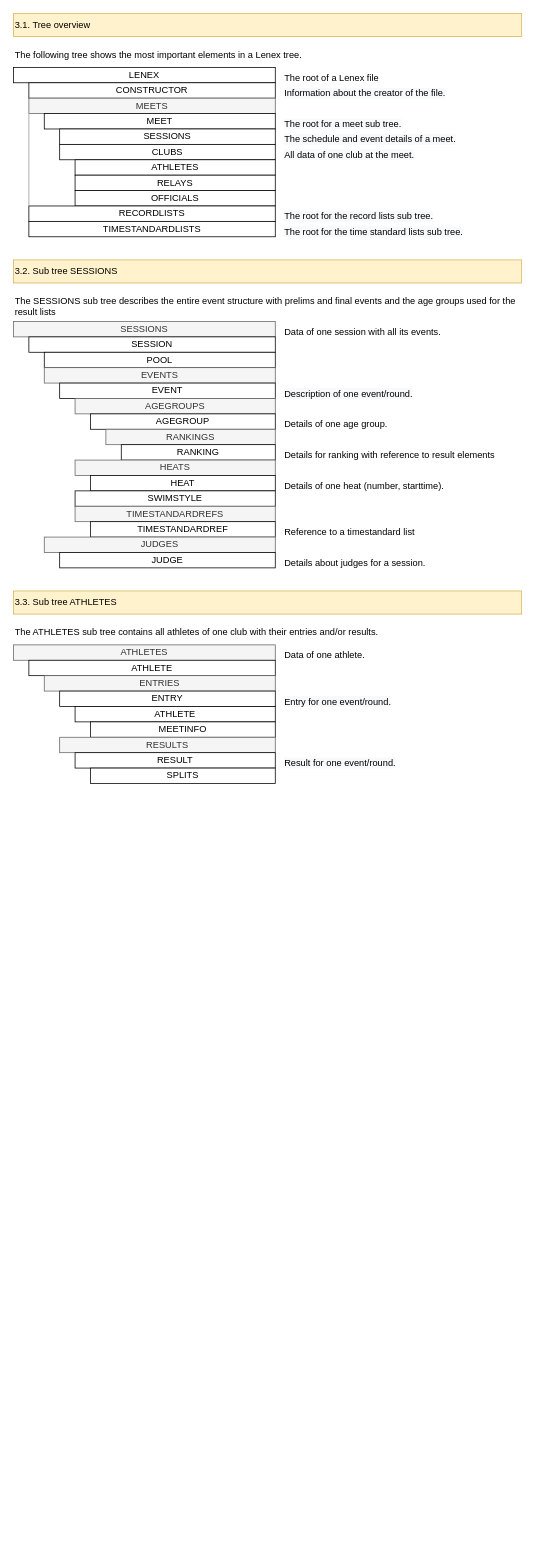
Earlier version of the draw.io diagram page "Lenex Tree" (3 of 4) of Formats/Lenex/lenex.drawio (Buterbrod/Swimming-open). Source tidied: cells renumbered, new cells numbered last; positions are measured from the earlier drawing's top-left corner, leaving out a move shared by most shapes. Both pictures are drawn from the tidied source at 77%, with x=0, y=0 at pixel (13, 13).
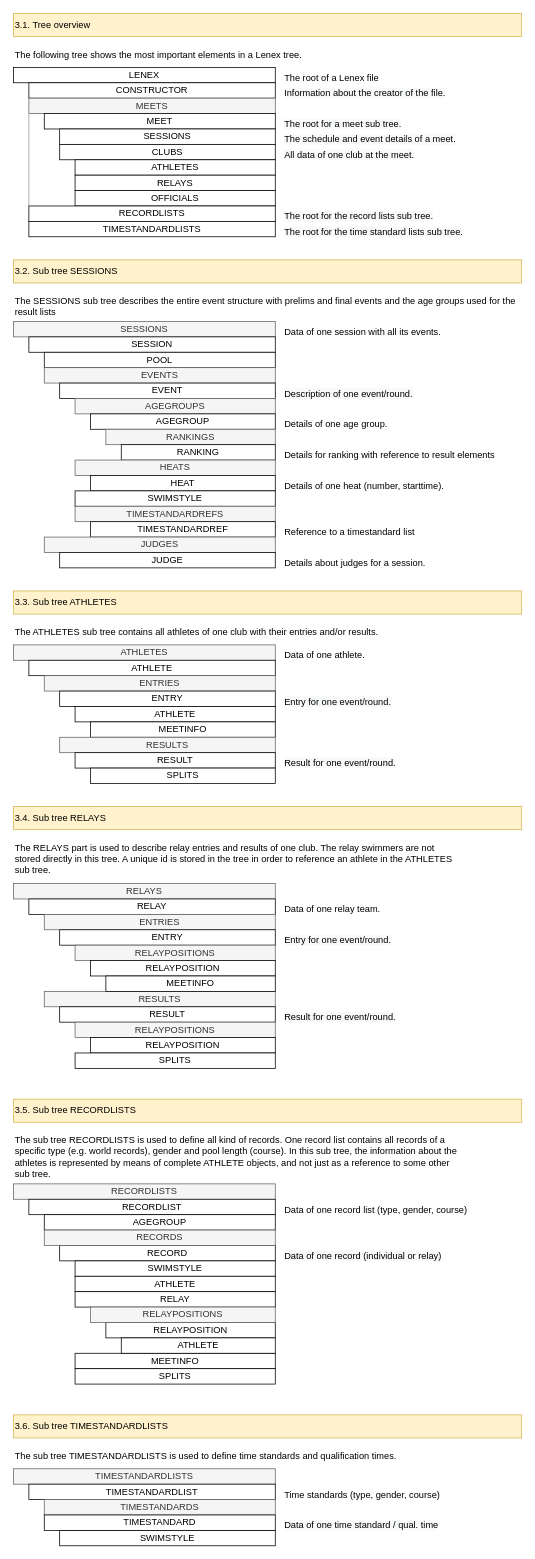
The same diagram, later.

The edit, as a diff of the source:
```diff
@@
+    <mxCell id="62" value="RELAYS" style="rounded=0;whiteSpace=wrap;html=1;fillColor=#f5f5f5;fontColor=#333333;strokeColor=#666666;" parent="1" vertex="1">
+      <mxGeometry y="1130" width="340" height="20" as="geometry" />
+    </mxCell>
+    <mxCell id="63" value="Data of one relay team." style="text;whiteSpace=wrap;html=1;" parent="1" vertex="1">
+      <mxGeometry x="350" y="1150" width="310" height="20" as="geometry" />
+    </mxCell>
+    <mxCell id="64" value="3.4. Sub tree RELAYS" style="rounded=0;whiteSpace=wrap;html=1;fillColor=#fff2cc;strokeColor=#d6b656;align=left;" parent="1" vertex="1">
+      <mxGeometry y="1030" width="660" height="30" as="geometry" />
+    </mxCell>
+    <mxCell id="65" value="The RELAYS part is used to describe relay entries and results of one club. The relay swimmers are not&lt;br/&gt;stored directly in this tree. A unique id is stored in the tree in order to reference an athlete in the ATHLETES&lt;br/&gt;sub tree." style="text;whiteSpace=wrap;html=1;" parent="1" vertex="1">
+      <mxGeometry y="1070" width="660" height="30" as="geometry" />
+    </mxCell>
+    <mxCell id="66" value="RELAY" style="rounded=0;whiteSpace=wrap;html=1;" parent="1" vertex="1">
+      <mxGeometry x="20" y="1150" width="320" height="20" as="geometry" />
+    </mxCell>
+    <mxCell id="67" value="ENTRIES" style="rounded=0;whiteSpace=wrap;html=1;fillColor=#f5f5f5;fontColor=#333333;strokeColor=#666666;" parent="1" vertex="1">
+      <mxGeometry x="40" y="1170" width="300" height="20" as="geometry" />
+    </mxCell>
+    <mxCell id="68" value="ENTRY" style="rounded=0;whiteSpace=wrap;html=1;" parent="1" vertex="1">
+      <mxGeometry x="60" y="1190" width="280" height="20" as="geometry" />
+    </mxCell>
+    <mxCell id="69" value="RELAYPOSITIONS" style="rounded=0;whiteSpace=wrap;html=1;fillColor=#f5f5f5;fontColor=#333333;strokeColor=#666666;" parent="1" vertex="1">
+      <mxGeometry x="80" y="1210" width="260" height="20" as="geometry" />
+    </mxCell>
+    <mxCell id="70" value="&lt;span style=&quot;color: rgb(0, 0, 0); font-family: Helvetica; font-size: 12px; font-style: normal; font-variant-ligatures: normal; font-variant-caps: normal; font-weight: 400; letter-spacing: normal; orphans: 2; text-align: left; text-indent: 0px; text-transform: none; widows: 2; word-spacing: 0px; -webkit-text-stroke-width: 0px; background-color: rgb(248, 249, 250); text-decoration-thickness: initial; text-decoration-style: initial; text-decoration-color: initial; float: none; display: inline !important;&quot;&gt;Entry for one event/round.&lt;/span&gt;" style="text;whiteSpace=wrap;html=1;" parent="1" vertex="1">
+      <mxGeometry x="350" y="1190" width="310" height="20" as="geometry" />
+    </mxCell>
+    <mxCell id="71" value="RELAYPOSITION" style="rounded=0;whiteSpace=wrap;html=1;" parent="1" vertex="1">
+      <mxGeometry x="100" y="1230" width="240" height="20" as="geometry" />
+    </mxCell>
+    <mxCell id="72" value="RESULTS" style="rounded=0;whiteSpace=wrap;html=1;fillColor=#f5f5f5;fontColor=#333333;strokeColor=#666666;" parent="1" vertex="1">
+      <mxGeometry x="40" y="1270" width="300" height="20" as="geometry" />
+    </mxCell>
+    <mxCell id="73" value="RESULT" style="rounded=0;whiteSpace=wrap;html=1;" parent="1" vertex="1">
+      <mxGeometry x="60" y="1290" width="280" height="20" as="geometry" />
+    </mxCell>
+    <mxCell id="74" value="RELAYPOSITIONS" style="rounded=0;whiteSpace=wrap;html=1;fillColor=#f5f5f5;fontColor=#333333;strokeColor=#666666;" parent="1" vertex="1">
+      <mxGeometry x="80" y="1310" width="260" height="20" as="geometry" />
+    </mxCell>
+    <mxCell id="75" value="&lt;span style=&quot;color: rgb(0, 0, 0); font-family: Helvetica; font-size: 12px; font-style: normal; font-variant-ligatures: normal; font-variant-caps: normal; font-weight: 400; letter-spacing: normal; orphans: 2; text-align: left; text-indent: 0px; text-transform: none; widows: 2; word-spacing: 0px; -webkit-text-stroke-width: 0px; background-color: rgb(248, 249, 250); text-decoration-thickness: initial; text-decoration-style: initial; text-decoration-color: initial; float: none; display: inline !important;&quot;&gt;Result for one event/round.&lt;br/&gt;&lt;/span&gt;" style="text;whiteSpace=wrap;html=1;" parent="1" vertex="1">
+      <mxGeometry x="350" y="1290" width="310" height="20" as="geometry" />
+    </mxCell>
+    <mxCell id="76" value="MEETINFO" style="rounded=0;whiteSpace=wrap;html=1;" parent="1" vertex="1">
+      <mxGeometry x="120" y="1250" width="220" height="20" as="geometry" />
+    </mxCell>
+    <mxCell id="77" value="RELAYPOSITION" style="rounded=0;whiteSpace=wrap;html=1;" parent="1" vertex="1">
+      <mxGeometry x="100" y="1330" width="240" height="20" as="geometry" />
+    </mxCell>
+    <mxCell id="78" value="SPLITS" style="rounded=0;whiteSpace=wrap;html=1;" parent="1" vertex="1">
+      <mxGeometry x="80" y="1350" width="260" height="20" as="geometry" />
+    </mxCell>
+    <mxCell id="79" value="RECORDLISTS" style="rounded=0;whiteSpace=wrap;html=1;fillColor=#f5f5f5;fontColor=#333333;strokeColor=#666666;" parent="1" vertex="1">
+      <mxGeometry y="1520" width="340" height="20" as="geometry" />
+    </mxCell>
+    <mxCell id="80" value="Data of one record list (type, gender, course)" style="text;whiteSpace=wrap;html=1;" parent="1" vertex="1">
+      <mxGeometry x="350" y="1540" width="310" height="20" as="geometry" />
+    </mxCell>
+    <mxCell id="81" value="3.5. Sub tree RECORDLISTS" style="rounded=0;whiteSpace=wrap;html=1;fillColor=#fff2cc;strokeColor=#d6b656;align=left;" parent="1" vertex="1">
+      <mxGeometry y="1410" width="660" height="30" as="geometry" />
+    </mxCell>
+    <mxCell id="82" value="The sub tree RECORDLISTS is used to define all kind of records. One record list contains all records of a&lt;br/&gt;specific type (e.g. world records), gender and pool length (course). In this sub tree, the information about the&lt;br/&gt;athletes is represented by means of complete ATHLETE objects, and not just as a reference to some other&lt;br/&gt;sub tree." style="text;whiteSpace=wrap;html=1;" parent="1" vertex="1">
+      <mxGeometry y="1450" width="660" height="70" as="geometry" />
+    </mxCell>
+    <mxCell id="83" value="RECORDLIST" style="rounded=0;whiteSpace=wrap;html=1;" parent="1" vertex="1">
+      <mxGeometry x="20" y="1540" width="320" height="20" as="geometry" />
+    </mxCell>
+    <mxCell id="84" value="AGEGROUP" style="rounded=0;whiteSpace=wrap;html=1;" parent="1" vertex="1">
+      <mxGeometry x="40" y="1560" width="300" height="20" as="geometry" />
+    </mxCell>
+    <mxCell id="85" value="RECORD" style="rounded=0;whiteSpace=wrap;html=1;" parent="1" vertex="1">
+      <mxGeometry x="60" y="1600" width="280" height="20" as="geometry" />
+    </mxCell>
+    <mxCell id="86" value="SWIMSTYLE" style="rounded=0;whiteSpace=wrap;html=1;" parent="1" vertex="1">
+      <mxGeometry x="80" y="1620" width="260" height="20" as="geometry" />
+    </mxCell>
+    <mxCell id="87" value="&lt;span style=&quot;color: rgb(0, 0, 0); font-family: Helvetica; font-size: 12px; font-style: normal; font-variant-ligatures: normal; font-variant-caps: normal; font-weight: 400; letter-spacing: normal; orphans: 2; text-align: left; text-indent: 0px; text-transform: none; widows: 2; word-spacing: 0px; -webkit-text-stroke-width: 0px; background-color: rgb(248, 249, 250); text-decoration-thickness: initial; text-decoration-style: initial; text-decoration-color: initial; float: none; display: inline !important;&quot;&gt;Data of one record (individual or relay)&lt;/span&gt;" style="text;whiteSpace=wrap;html=1;" parent="1" vertex="1">
+      <mxGeometry x="350" y="1600" width="310" height="20" as="geometry" />
+    </mxCell>
+    <mxCell id="88" value="RELAYPOSITION" style="rounded=0;whiteSpace=wrap;html=1;" parent="1" vertex="1">
+      <mxGeometry x="120" y="1700" width="220" height="20" as="geometry" />
+    </mxCell>
+    <mxCell id="89" value="MEETINFO" style="rounded=0;whiteSpace=wrap;html=1;" parent="1" vertex="1">
+      <mxGeometry x="80" y="1740" width="260" height="20" as="geometry" />
+    </mxCell>
+    <mxCell id="90" value="ATHLETE" style="rounded=0;whiteSpace=wrap;html=1;" parent="1" vertex="1">
+      <mxGeometry x="140" y="1720" width="200" height="20" as="geometry" />
+    </mxCell>
+    <mxCell id="91" value="SPLITS" style="rounded=0;whiteSpace=wrap;html=1;" parent="1" vertex="1">
+      <mxGeometry x="80" y="1760" width="260" height="20" as="geometry" />
+    </mxCell>
+    <mxCell id="92" value="RECORDS" style="rounded=0;whiteSpace=wrap;html=1;fillColor=#f5f5f5;fontColor=#333333;strokeColor=#666666;" parent="1" vertex="1">
+      <mxGeometry x="40" y="1580" width="300" height="20" as="geometry" />
+    </mxCell>
+    <mxCell id="93" value="ATHLETE" style="rounded=0;whiteSpace=wrap;html=1;" parent="1" vertex="1">
+      <mxGeometry x="80" y="1640" width="260" height="20" as="geometry" />
+    </mxCell>
+    <mxCell id="94" value="RELAY" style="rounded=0;whiteSpace=wrap;html=1;" parent="1" vertex="1">
+      <mxGeometry x="80" y="1660" width="260" height="20" as="geometry" />
+    </mxCell>
+    <mxCell id="95" value="RELAYPOSITIONS" style="rounded=0;whiteSpace=wrap;html=1;fillColor=#f5f5f5;fontColor=#333333;strokeColor=#666666;" parent="1" vertex="1">
+      <mxGeometry x="100" y="1680" width="240" height="20" as="geometry" />
+    </mxCell>
+    <mxCell id="96" value="TIMESTANDARDLISTS" style="rounded=0;whiteSpace=wrap;html=1;fillColor=#f5f5f5;fontColor=#333333;strokeColor=#666666;" parent="1" vertex="1">
+      <mxGeometry y="1890" width="340" height="20" as="geometry" />
+    </mxCell>
+    <mxCell id="97" value="Time standards (type, gender, course)" style="text;whiteSpace=wrap;html=1;" parent="1" vertex="1">
+      <mxGeometry x="350" y="1910" width="310" height="20" as="geometry" />
+    </mxCell>
+    <mxCell id="98" value="3.6. Sub tree TIMESTANDARDLISTS" style="rounded=0;whiteSpace=wrap;html=1;fillColor=#fff2cc;strokeColor=#d6b656;align=left;" parent="1" vertex="1">
+      <mxGeometry y="1820" width="660" height="30" as="geometry" />
+    </mxCell>
+    <mxCell id="99" value="The sub tree TIMESTANDARDLISTS is used to define time standards and qualification times." style="text;whiteSpace=wrap;html=1;" parent="1" vertex="1">
+      <mxGeometry y="1860" width="660" height="30" as="geometry" />
+    </mxCell>
+    <mxCell id="100" value="TIMESTANDARDLIST" style="rounded=0;whiteSpace=wrap;html=1;" parent="1" vertex="1">
+      <mxGeometry x="20" y="1910" width="320" height="20" as="geometry" />
+    </mxCell>
+    <mxCell id="101" value="TIMESTANDARDS" style="rounded=0;whiteSpace=wrap;html=1;fillColor=#f5f5f5;fontColor=#333333;strokeColor=#666666;" parent="1" vertex="1">
+      <mxGeometry x="40" y="1930" width="300" height="20" as="geometry" />
+    </mxCell>
+    <mxCell id="102" value="SWIMSTYLE" style="rounded=0;whiteSpace=wrap;html=1;" parent="1" vertex="1">
+      <mxGeometry x="60" y="1970" width="280" height="20" as="geometry" />
+    </mxCell>
+    <mxCell id="103" value="&lt;span style=&quot;color: rgb(0, 0, 0); font-family: Helvetica; font-size: 12px; font-style: normal; font-variant-ligatures: normal; font-variant-caps: normal; font-weight: 400; letter-spacing: normal; orphans: 2; text-align: left; text-indent: 0px; text-transform: none; widows: 2; word-spacing: 0px; -webkit-text-stroke-width: 0px; background-color: rgb(248, 249, 250); text-decoration-thickness: initial; text-decoration-style: initial; text-decoration-color: initial; float: none; display: inline !important;&quot;&gt;Data of one time standard / qual. time&lt;/span&gt;" style="text;whiteSpace=wrap;html=1;" parent="1" vertex="1">
+      <mxGeometry x="350" y="1950" width="310" height="20" as="geometry" />
+    </mxCell>
+    <mxCell id="104" value="TIMESTANDARD" style="rounded=0;whiteSpace=wrap;html=1;" parent="1" vertex="1">
+      <mxGeometry x="40" y="1950" width="300" height="20" as="geometry" />
+    </mxCell>
```
